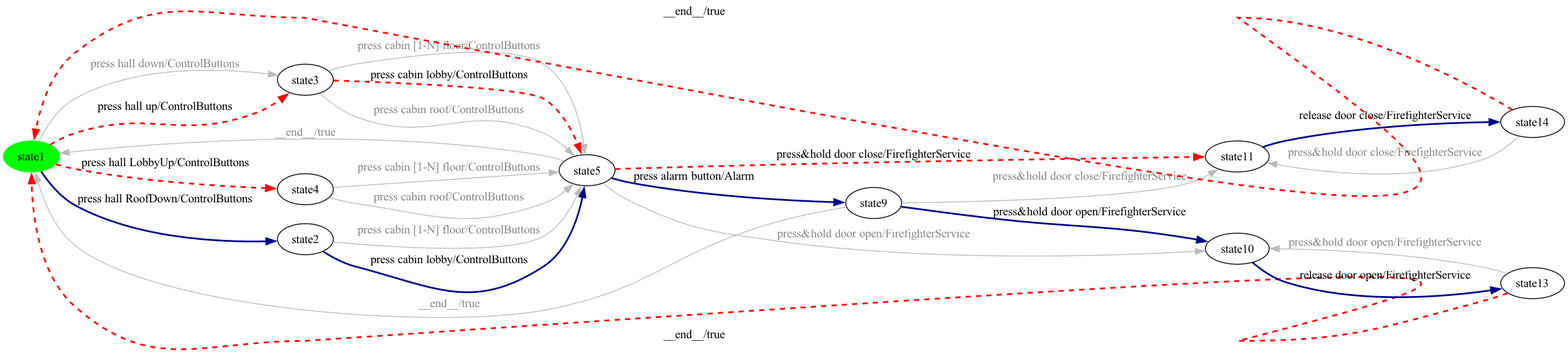
Earlier version of the Graphviz export milestone-reports/per-product-all-states/Elevator/Elevator-product5-walk.png (dilekozturk93/vibes). Its source is kept beside it as milestone-reports/per-product-all-states/Elevator/Elevator-product5-walk.dot.
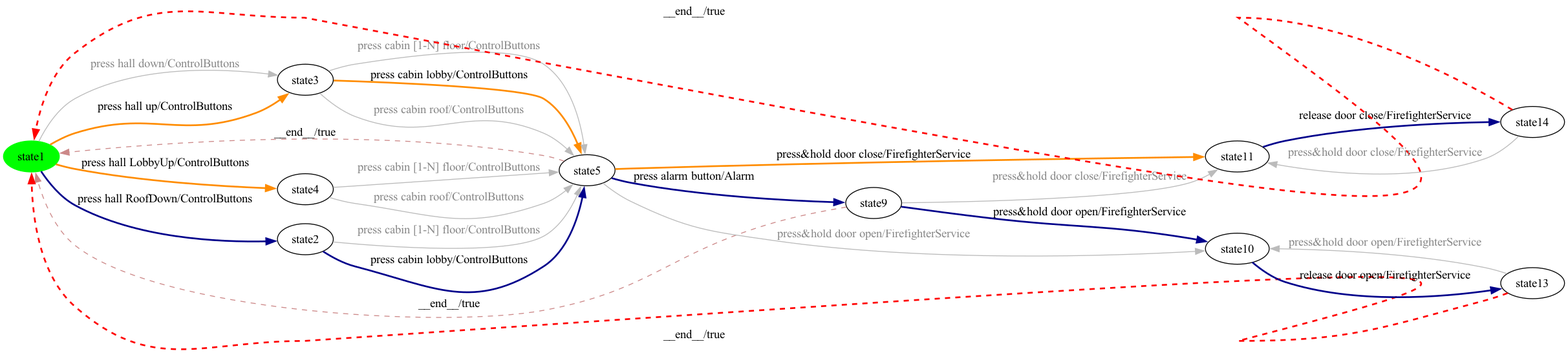
After the commit.

Change to the diagram source:
```diff
@@ -12,9 +12,9 @@
 state9 [ label = "state14" ];
 state2 -> state0 [ label=" __end__/true ", style=dashed, color=red, penwidth=2 ];
 state1 -> state4 [ label=" press&hold door close/FirefighterService ", color="#bbbbbb", fontcolor="#888888" ];
-state1 -> state0 [ label=" __end__/true ", color="#bbbbbb", fontcolor="#888888" ];
+state1 -> state0 [ label=" __end__/true ", style=dashed, color="#cc8888" ];
 state0 -> state6 [ label=" press hall RoofDown/ControlButtons ", style=bold, color=darkblue, penwidth=2 ];
-state0 -> state8 [ label=" press hall up/ControlButtons ", style=dashed, color=red, penwidth=2 ];
+state0 -> state8 [ label=" press hall up/ControlButtons ", style=bold, color=darkorange, penwidth=2 ];
 state5 -> state2 [ label=" release door open/FirefighterService ", style=bold, color=darkblue, penwidth=2 ];
 state7 -> state3 [ label=" press cabin roof/ControlButtons ", color="#bbbbbb", fontcolor="#888888" ];
 state2 -> state5 [ label=" press&hold door open/FirefighterService ", color="#bbbbbb", fontcolor="#888888" ];
@@ -23,15 +23,15 @@
 state7 -> state3 [ label=" press cabin [1-N] floor/ControlButtons ", color="#bbbbbb", fontcolor="#888888" ];
 state9 -> state0 [ label=" __end__/true ", style=dashed, color=red, penwidth=2 ];
 state4 -> state9 [ label=" release door close/FirefighterService ", style=bold, color=darkblue, penwidth=2 ];
-state8 -> state3 [ label=" press cabin lobby/ControlButtons ", style=dashed, color=red, penwidth=2 ];
+state8 -> state3 [ label=" press cabin lobby/ControlButtons ", style=bold, color=darkorange, penwidth=2 ];
 state9 -> state4 [ label=" press&hold door close/FirefighterService ", color="#bbbbbb", fontcolor="#888888" ];
 state1 -> state5 [ label=" press&hold door open/FirefighterService ", style=bold, color=darkblue, penwidth=2 ];
 state8 -> state3 [ label=" press cabin roof/ControlButtons ", color="#bbbbbb", fontcolor="#888888" ];
 state0 -> state8 [ label=" press hall down/ControlButtons ", color="#bbbbbb", fontcolor="#888888" ];
 state3 -> state5 [ label=" press&hold door open/FirefighterService ", color="#bbbbbb", fontcolor="#888888" ];
 state6 -> state3 [ label=" press cabin lobby/ControlButtons ", style=bold, color=darkblue, penwidth=2 ];
-state0 -> state7 [ label=" press hall LobbyUp/ControlButtons ", style=dashed, color=red, penwidth=2 ];
+state0 -> state7 [ label=" press hall LobbyUp/ControlButtons ", style=bold, color=darkorange, penwidth=2 ];
 state8 -> state3 [ label=" press cabin [1-N] floor/ControlButtons ", color="#bbbbbb", fontcolor="#888888" ];
-state3 -> state4 [ label=" press&hold door close/FirefighterService ", style=dashed, color=red, penwidth=2 ];
-state3 -> state0 [ label=" __end__/true ", color="#bbbbbb", fontcolor="#888888" ];
+state3 -> state4 [ label=" press&hold door close/FirefighterService ", style=bold, color=darkorange, penwidth=2 ];
+state3 -> state0 [ label=" __end__/true ", style=dashed, color="#cc8888" ];
 }
```
